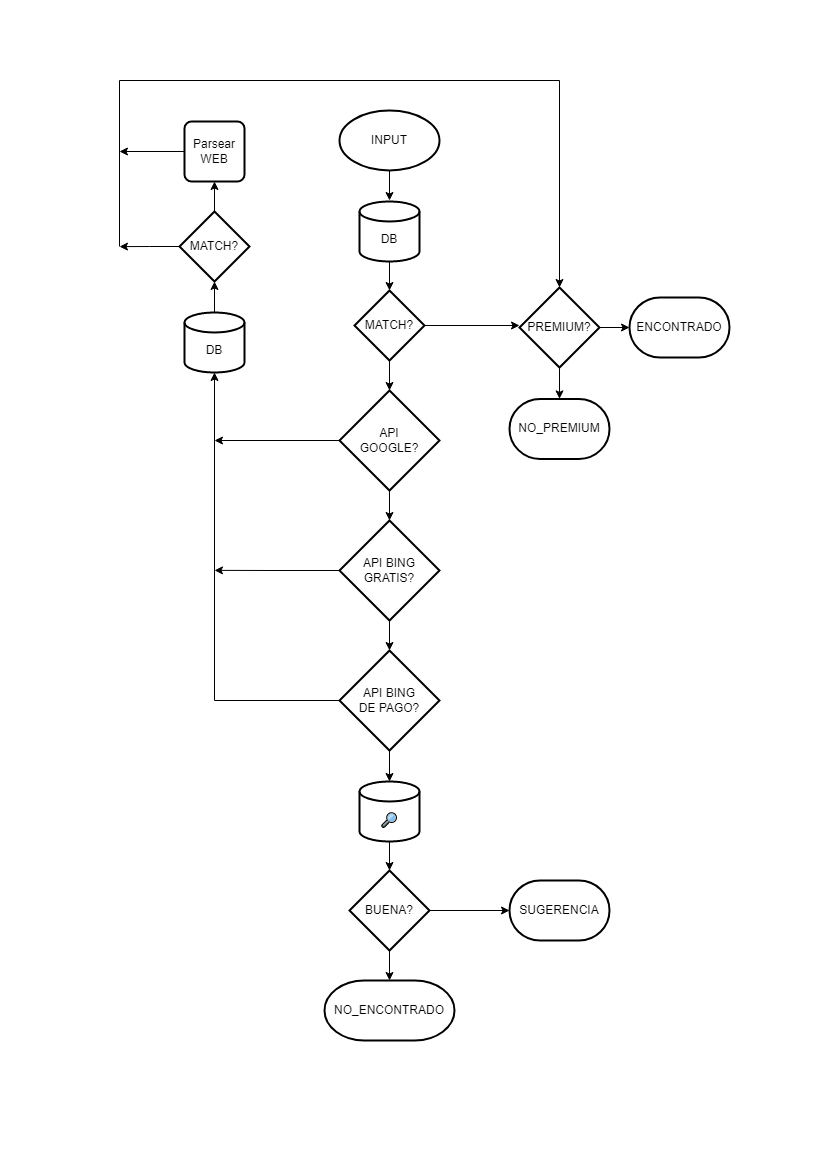
Above: doc/buscar.png in quimifyapp/api (draw.io), before the change. Source tidied: cells renumbered, new cells last; positions are measured from the earlier drawing's top-left corner, leaving out a move shared by most shapes. Its diagram source:
```xml
<mxGraphModel>
  <root>
    <mxCell id="0" />
    <mxCell id="1" parent="0" />
    <mxCell id="2" style="edgeStyle=orthogonalEdgeStyle;rounded=0;jettySize=auto;html=1;" parent="1" edge="1" source="3" target="26">
      <mxGeometry relative="1" as="geometry" />
    </mxCell>
    <mxCell id="3" value="&lt;br&gt;DB" style="strokeWidth=2;html=1;shape=mxgraph.flowchart.database;whiteSpace=wrap;" parent="1" vertex="1">
      <mxGeometry x="240" y="121" width="60" height="60" as="geometry" />
    </mxCell>
    <mxCell id="4" style="edgeStyle=orthogonalEdgeStyle;rounded=0;jettySize=auto;html=1;" parent="1" edge="1" source="6" target="8">
      <mxGeometry relative="1" as="geometry" />
    </mxCell>
    <mxCell id="5" style="edgeStyle=orthogonalEdgeStyle;rounded=0;jettySize=auto;html=1;exitX=1;exitY=0.5;exitDx=0;exitDy=0;exitPerimeter=0;entryX=0;entryY=0.5;entryDx=0;entryDy=0;entryPerimeter=0;fontSize=14;" parent="1" edge="1" source="6" target="7">
      <mxGeometry relative="1" as="geometry" />
    </mxCell>
    <mxCell id="6" value="PREMIUM?" style="strokeWidth=2;html=1;shape=mxgraph.flowchart.decision;whiteSpace=wrap;" parent="1" vertex="1">
      <mxGeometry x="400" y="207" width="80" height="80" as="geometry" />
    </mxCell>
    <mxCell id="7" value="ENCONTRADO" style="strokeWidth=2;html=1;shape=mxgraph.flowchart.terminator;whiteSpace=wrap;" parent="1" vertex="1">
      <mxGeometry x="510" y="217" width="100" height="60" as="geometry" />
    </mxCell>
    <mxCell id="8" value="NO_PREMIUM" style="strokeWidth=2;html=1;shape=mxgraph.flowchart.terminator;whiteSpace=wrap;" parent="1" vertex="1">
      <mxGeometry x="390" y="318.4" width="100" height="60" as="geometry" />
    </mxCell>
    <mxCell id="9" style="edgeStyle=orthogonalEdgeStyle;rounded=0;jettySize=auto;html=1;fontSize=14;" parent="1" edge="1" source="10">
      <mxGeometry relative="1" as="geometry">
        <mxPoint x="270" y="120" as="targetPoint" />
      </mxGeometry>
    </mxCell>
    <mxCell id="10" value="INPUT" style="strokeWidth=2;html=1;shape=mxgraph.flowchart.start_1;whiteSpace=wrap;" parent="1" vertex="1">
      <mxGeometry x="220" y="30" width="100" height="60" as="geometry" />
    </mxCell>
    <mxCell id="11" style="edgeStyle=orthogonalEdgeStyle;rounded=0;jettySize=auto;html=1;entryX=0.5;entryY=0;entryDx=0;entryDy=0;entryPerimeter=0;" parent="1" edge="1" source="13" target="20">
      <mxGeometry relative="1" as="geometry" />
    </mxCell>
    <mxCell id="12" style="edgeStyle=orthogonalEdgeStyle;rounded=0;jettySize=auto;html=1;exitX=0;exitY=0.5;exitDx=0;exitDy=0;exitPerimeter=0;fontSize=14;" parent="1" edge="1" source="13">
      <mxGeometry relative="1" as="geometry">
        <mxPoint x="95" y="360" as="targetPoint" />
      </mxGeometry>
    </mxCell>
    <mxCell id="13" value="API&lt;br&gt;GOOGLE?" style="strokeWidth=2;html=1;shape=mxgraph.flowchart.decision;whiteSpace=wrap;" parent="1" vertex="1">
      <mxGeometry x="220" y="310" width="100" height="100" as="geometry" />
    </mxCell>
    <mxCell id="14" style="edgeStyle=orthogonalEdgeStyle;rounded=0;jettySize=auto;html=1;entryX=0.5;entryY=1;entryDx=0;entryDy=0;entryPerimeter=0;fontSize=14;" parent="1" edge="1" source="15" target="29">
      <mxGeometry relative="1" as="geometry" />
    </mxCell>
    <mxCell id="15" value="&lt;br&gt;DB" style="strokeWidth=2;html=1;shape=mxgraph.flowchart.database;whiteSpace=wrap;" parent="1" vertex="1">
      <mxGeometry x="65" y="232" width="60" height="60" as="geometry" />
    </mxCell>
    <mxCell id="16" style="edgeStyle=orthogonalEdgeStyle;rounded=0;jettySize=auto;html=1;fontSize=14;" parent="1" edge="1" source="17">
      <mxGeometry relative="1" as="geometry">
        <mxPoint y="71" as="targetPoint" />
        <Array as="points">
          <mxPoint y="71" />
        </Array>
      </mxGeometry>
    </mxCell>
    <mxCell id="17" value="Parsear&lt;br&gt;WEB" style="rounded=1;whiteSpace=wrap;html=1;absoluteArcSize=1;arcSize=14;strokeWidth=2;" parent="1" vertex="1">
      <mxGeometry x="65" y="41" width="60" height="60" as="geometry" />
    </mxCell>
    <mxCell id="18" style="edgeStyle=orthogonalEdgeStyle;rounded=0;jettySize=auto;html=1;entryX=0.5;entryY=0;entryDx=0;entryDy=0;entryPerimeter=0;fontSize=14;" parent="1" edge="1" source="20" target="23">
      <mxGeometry relative="1" as="geometry" />
    </mxCell>
    <mxCell id="19" style="edgeStyle=orthogonalEdgeStyle;rounded=0;jettySize=auto;html=1;exitX=0;exitY=0.5;exitDx=0;exitDy=0;exitPerimeter=0;fontSize=14;" parent="1" edge="1" source="20">
      <mxGeometry relative="1" as="geometry">
        <mxPoint x="95" y="489.9" as="targetPoint" />
      </mxGeometry>
    </mxCell>
    <mxCell id="20" value="API BING&lt;br&gt;GRATIS?" style="strokeWidth=2;html=1;shape=mxgraph.flowchart.decision;whiteSpace=wrap;" parent="1" vertex="1">
      <mxGeometry x="220" y="440" width="100" height="100" as="geometry" />
    </mxCell>
    <mxCell id="21" style="edgeStyle=orthogonalEdgeStyle;rounded=0;jettySize=auto;html=1;entryX=0.5;entryY=0;entryDx=0;entryDy=0;entryPerimeter=0;fontSize=14;" parent="1" edge="1" source="23" target="32">
      <mxGeometry relative="1" as="geometry" />
    </mxCell>
    <mxCell id="22" style="edgeStyle=orthogonalEdgeStyle;rounded=0;jettySize=auto;html=1;fontSize=14;entryX=0.5;entryY=1;entryDx=0;entryDy=0;entryPerimeter=0;" parent="1" edge="1" source="23" target="15">
      <mxGeometry relative="1" as="geometry" />
    </mxCell>
    <mxCell id="23" value="API BING&lt;br&gt;DE PAGO?" style="strokeWidth=2;html=1;shape=mxgraph.flowchart.decision;whiteSpace=wrap;" parent="1" vertex="1">
      <mxGeometry x="220" y="570" width="100" height="100" as="geometry" />
    </mxCell>
    <mxCell id="24" style="edgeStyle=orthogonalEdgeStyle;rounded=0;jettySize=auto;html=1;entryX=0.5;entryY=0;entryDx=0;entryDy=0;entryPerimeter=0;" parent="1" edge="1" source="26" target="13">
      <mxGeometry relative="1" as="geometry" />
    </mxCell>
    <mxCell id="25" style="edgeStyle=orthogonalEdgeStyle;rounded=0;jettySize=auto;html=1;fontSize=14;" parent="1" edge="1" source="26">
      <mxGeometry relative="1" as="geometry">
        <mxPoint x="400" y="245" as="targetPoint" />
      </mxGeometry>
    </mxCell>
    <mxCell id="26" value="MATCH?" style="strokeWidth=2;html=1;shape=mxgraph.flowchart.decision;whiteSpace=wrap;" parent="1" vertex="1">
      <mxGeometry x="235" y="210" width="70" height="70" as="geometry" />
    </mxCell>
    <mxCell id="27" style="edgeStyle=orthogonalEdgeStyle;rounded=0;jettySize=auto;html=1;exitX=0.5;exitY=0;exitDx=0;exitDy=0;exitPerimeter=0;entryX=0.5;entryY=1;entryDx=0;entryDy=0;fontSize=14;" parent="1" edge="1" target="17">
      <mxGeometry relative="1" as="geometry">
        <mxPoint x="95" y="131" as="sourcePoint" />
      </mxGeometry>
    </mxCell>
    <mxCell id="28" style="edgeStyle=orthogonalEdgeStyle;rounded=0;jettySize=auto;html=1;exitX=0;exitY=0.5;exitDx=0;exitDy=0;exitPerimeter=0;fontSize=14;" parent="1" edge="1" source="29">
      <mxGeometry relative="1" as="geometry">
        <mxPoint y="166.1" as="targetPoint" />
      </mxGeometry>
    </mxCell>
    <mxCell id="29" value="MATCH?" style="strokeWidth=2;html=1;shape=mxgraph.flowchart.decision;whiteSpace=wrap;" parent="1" vertex="1">
      <mxGeometry x="60" y="131" width="70" height="70" as="geometry" />
    </mxCell>
    <mxCell id="30" style="edgeStyle=orthogonalEdgeStyle;rounded=0;jettySize=auto;html=1;entryX=0.5;entryY=0;entryDx=0;entryDy=0;entryPerimeter=0;" parent="1" edge="1" target="6">
      <mxGeometry relative="1" as="geometry">
        <mxPoint y="166" as="sourcePoint" />
        <Array as="points">
          <mxPoint />
          <mxPoint x="440" />
        </Array>
      </mxGeometry>
    </mxCell>
    <mxCell id="31" style="edgeStyle=orthogonalEdgeStyle;rounded=0;jettySize=auto;html=1;entryX=0.5;entryY=0;entryDx=0;entryDy=0;entryPerimeter=0;fontSize=14;" parent="1" edge="1" source="32" target="37">
      <mxGeometry relative="1" as="geometry" />
    </mxCell>
    <mxCell id="32" value="&lt;span style=&quot;color: rgb(189, 193, 198); font-family: arial, sans-serif; font-size: 14px; text-align: left;&quot;&gt;&lt;br style=&quot;font-size: 14px;&quot;&gt;🔎&lt;/span&gt;" style="strokeWidth=2;html=1;shape=mxgraph.flowchart.database;whiteSpace=wrap;labelBackgroundColor=none;fontSize=14;" parent="1" vertex="1">
      <mxGeometry x="240" y="701" width="60" height="60" as="geometry" />
    </mxCell>
    <mxCell id="33" value="NO_ENCONTRADO" style="strokeWidth=2;html=1;shape=mxgraph.flowchart.terminator;whiteSpace=wrap;" parent="1" vertex="1">
      <mxGeometry x="205" y="900" width="130" height="60" as="geometry" />
    </mxCell>
    <mxCell id="34" value="SUGERENCIA" style="strokeWidth=2;html=1;shape=mxgraph.flowchart.terminator;whiteSpace=wrap;" parent="1" vertex="1">
      <mxGeometry x="390" y="800" width="100" height="60" as="geometry" />
    </mxCell>
    <mxCell id="35" style="edgeStyle=orthogonalEdgeStyle;rounded=0;jettySize=auto;html=1;exitX=0.5;exitY=1;exitDx=0;exitDy=0;exitPerimeter=0;entryX=0.5;entryY=0;entryDx=0;entryDy=0;entryPerimeter=0;fontSize=14;" parent="1" edge="1" source="37" target="33">
      <mxGeometry relative="1" as="geometry" />
    </mxCell>
    <mxCell id="36" style="edgeStyle=orthogonalEdgeStyle;rounded=0;jettySize=auto;html=1;entryX=0;entryY=0.5;entryDx=0;entryDy=0;entryPerimeter=0;fontSize=14;" parent="1" edge="1" source="37" target="34">
      <mxGeometry relative="1" as="geometry" />
    </mxCell>
    <mxCell id="37" value="BUENA?" style="strokeWidth=2;html=1;shape=mxgraph.flowchart.decision;whiteSpace=wrap;" parent="1" vertex="1">
      <mxGeometry x="230" y="790" width="80" height="80" as="geometry" />
    </mxCell>
  </root>
</mxGraphModel>
```
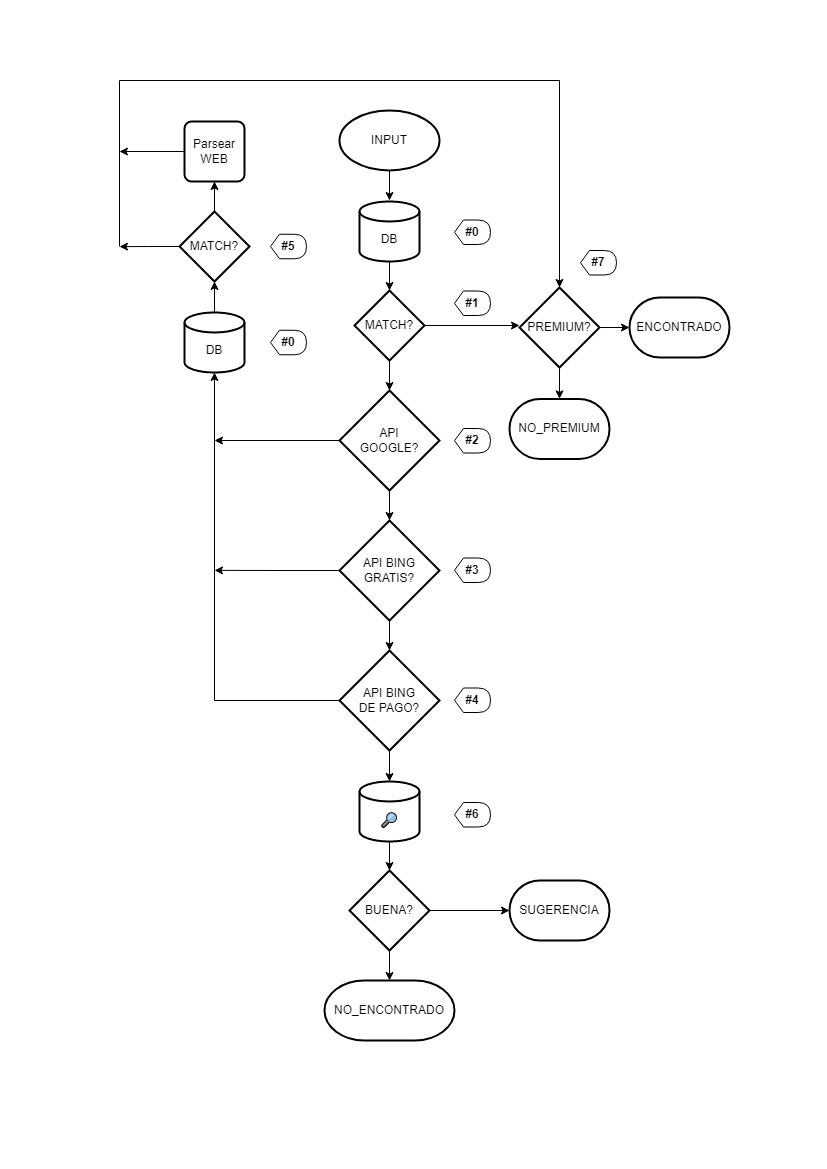
After the commit.

Commit message:
Avances en buscar()

What changed in the source:
```diff
@@ -133,5 +133,32 @@
     <mxCell id="37" value="BUENA?" style="strokeWidth=2;html=1;shape=mxgraph.flowchart.decision;whiteSpace=wrap;" parent="1" vertex="1">
       <mxGeometry x="230" y="790" width="80" height="80" as="geometry" />
     </mxCell>
+    <mxCell id="38" value="#1" style="shape=display;whiteSpace=wrap;html=1;fontStyle=1;" parent="1" vertex="1">
+      <mxGeometry x="335" y="210.5" width="36" height="24.5" as="geometry" />
+    </mxCell>
+    <mxCell id="39" value="#0" style="shape=display;whiteSpace=wrap;html=1;fontStyle=1;" parent="1" vertex="1">
+      <mxGeometry x="335" y="139.5" width="36" height="24.5" as="geometry" />
+    </mxCell>
+    <mxCell id="40" value="#2" style="shape=display;whiteSpace=wrap;html=1;fontStyle=1;" parent="1" vertex="1">
+      <mxGeometry x="335" y="348" width="36" height="24.5" as="geometry" />
+    </mxCell>
+    <mxCell id="41" value="#3" style="shape=display;whiteSpace=wrap;html=1;fontStyle=1;" parent="1" vertex="1">
+      <mxGeometry x="335" y="477.5" width="36" height="24.5" as="geometry" />
+    </mxCell>
+    <mxCell id="42" value="#4" style="shape=display;whiteSpace=wrap;html=1;fontStyle=1;" parent="1" vertex="1">
+      <mxGeometry x="335" y="607.5" width="36" height="24.5" as="geometry" />
+    </mxCell>
+    <mxCell id="43" value="#6" style="shape=display;whiteSpace=wrap;html=1;fontStyle=1;" parent="1" vertex="1">
+      <mxGeometry x="335" y="722" width="36" height="24.5" as="geometry" />
+    </mxCell>
+    <mxCell id="44" value="#0" style="shape=display;whiteSpace=wrap;html=1;fontStyle=1;" parent="1" vertex="1">
+      <mxGeometry x="151" y="249.8" width="36" height="24.5" as="geometry" />
+    </mxCell>
+    <mxCell id="45" value="#7" style="shape=display;whiteSpace=wrap;html=1;fontStyle=1;" parent="1" vertex="1">
+      <mxGeometry x="461" y="170" width="36" height="24.5" as="geometry" />
+    </mxCell>
+    <mxCell id="46" value="#5" style="shape=display;whiteSpace=wrap;html=1;fontStyle=1;" parent="1" vertex="1">
+      <mxGeometry x="151" y="153.8" width="36" height="24.5" as="geometry" />
+    </mxCell>
   </root>
 </mxGraphModel>
```
